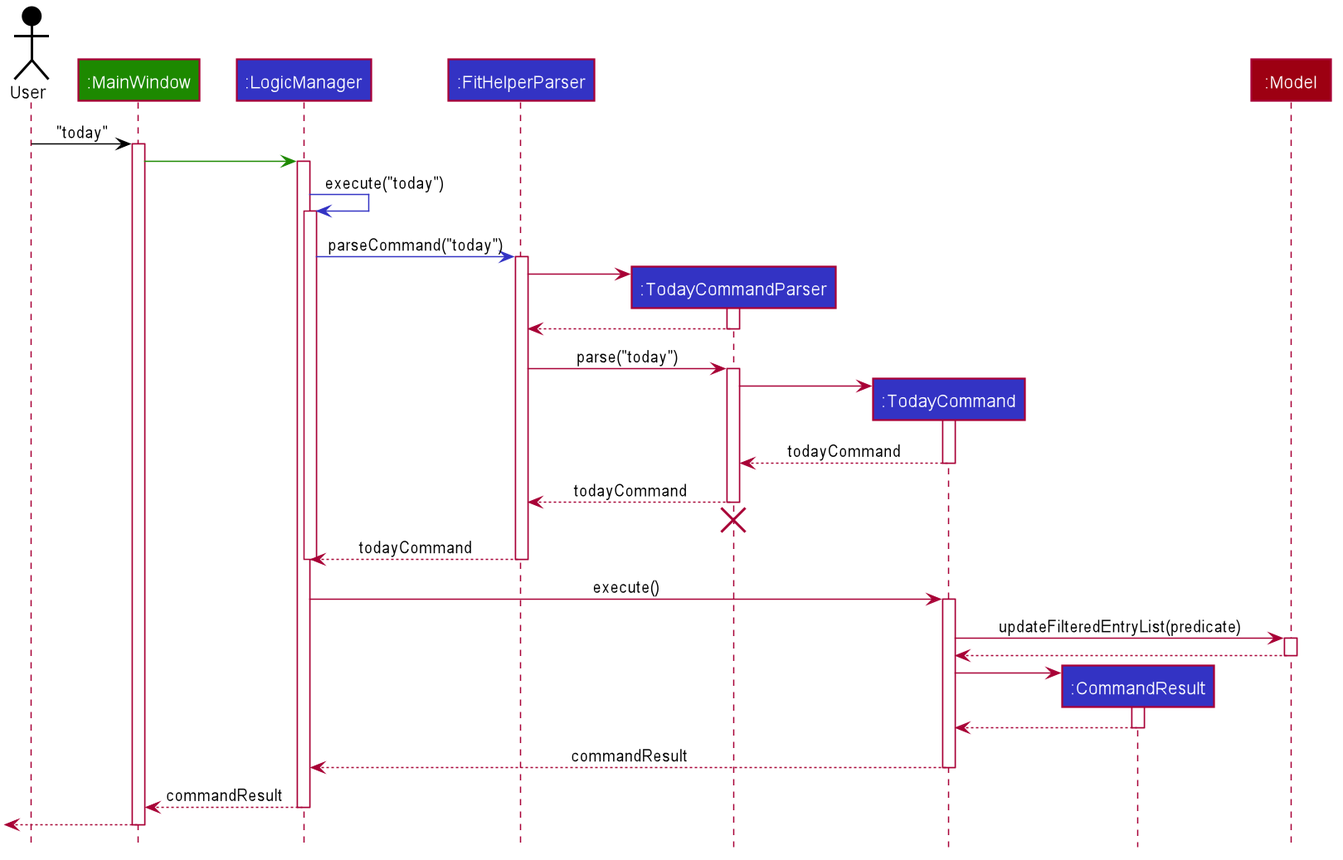
The PlantUML diagram docs/images/TodaySequenceDiagram.png in nus-cs2103-AY1920S2/addressbook-level3, before a commit.
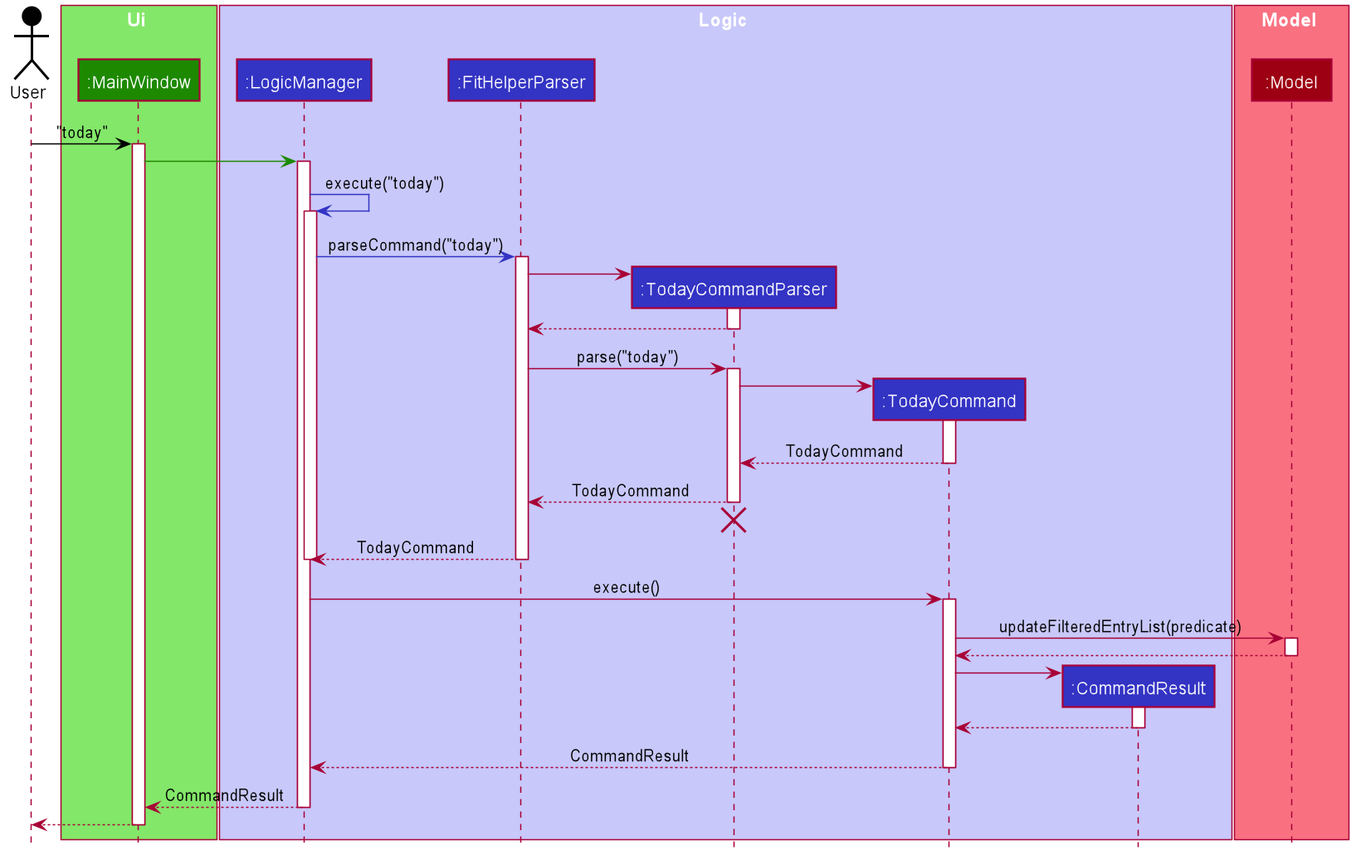
After the change.

Change to the diagram source:
```diff
@@ -49,74 +49,84 @@
 hide circle
 
 Actor User as user #000000
+
+box Ui #83E769
 Participant ":MainWindow" as mainWindow #1D8900
-Participant ":LogicManager" as logicManager #3333C4
-Participant ":FitHelperParser" as fitHelperParser #3333C4
-Participant ":TodayCommandParser" as todayCommandParser #3333C4
-Participant ":TodayCommand" as todayCommand #3333C4
-Participant ":CommandResult" as commandResult #3333C4
+end box
+
+box Logic #C8C8FA
+Participant ":LogicManager" as LogicManager #3333C4
+Participant ":FitHelperParser" as FitHelperParser #3333C4
+Participant ":TodayCommandParser" as TodayCommandParser #3333C4
+Participant ":TodayCommand" as TodayCommand #3333C4
+Participant ":CommandResult" as CommandResult #3333C4
+end box
+
+box Model #F97181
 Participant ":Model" as model #9D0012
+end box
 
+box Model #F97181
 user -[#000000]> mainWindow : "today"
 activate mainWindow
 
-mainWindow -[#1D8900]> logicManager
-activate logicManager
+mainWindow -[#1D8900]> LogicManager
+activate LogicManager
 
-logicManager -[#3333C4]> logicManager : execute("today")
-activate logicManager
+LogicManager -[#3333C4]> LogicManager : execute("today")
+activate LogicManager
 
-logicManager -[#3333C4]> fitHelperParser : parseCommand("today")
-activate fitHelperParser
+LogicManager -[#3333C4]> FitHelperParser : parseCommand("today")
+activate FitHelperParser
 
-create todayCommandParser
-fitHelperParser -> todayCommandParser
-activate todayCommandParser
+create TodayCommandParser
+FitHelperParser -> TodayCommandParser
+activate TodayCommandParser
 
-todayCommandParser --> fitHelperParser
-deactivate todayCommandParser
+TodayCommandParser --> FitHelperParser
+deactivate TodayCommandParser
 
-fitHelperParser -> todayCommandParser : parse("today")
-activate todayCommandParser
+FitHelperParser -> TodayCommandParser : parse("today")
+activate TodayCommandParser
 
-create todayCommand
-todayCommandParser -> todayCommand
-activate todayCommand
+create TodayCommand
+TodayCommandParser -> TodayCommand
+activate TodayCommand
 
-todayCommand --> todayCommandParser : todayCommand
-deactivate todayCommand
+TodayCommand --> TodayCommandParser : TodayCommand
+deactivate TodayCommand
 
-todayCommandParser --> fitHelperParser : todayCommand
-deactivate todayCommandParser
-todayCommandParser -[hidden]-> fitHelperParser
-destroy todayCommandParser
+TodayCommandParser --> FitHelperParser : TodayCommand
+deactivate TodayCommandParser
+TodayCommandParser -[hidden]-> FitHelperParser
+destroy TodayCommandParser
 
-fitHelperParser --> logicManager : todayCommand
-deactivate fitHelperParser
-deactivate logicManager
+FitHelperParser --> LogicManager : TodayCommand
+deactivate FitHelperParser
+deactivate LogicManager
 
-logicManager -> todayCommand : execute()
-activate todayCommand
+LogicManager -> TodayCommand : execute()
+activate TodayCommand
 
-todayCommand -> model : updateFilteredEntryList(predicate)
+TodayCommand -> model : updateFilteredEntryList(predicate)
 activate model
 
-model --> todayCommand
+model --> TodayCommand
 deactivate model
 
-create commandResult
-todayCommand -> commandResult
-activate commandResult
+create CommandResult
+TodayCommand -> CommandResult
+activate CommandResult
 
-commandResult --> todayCommand
-deactivate commandResult
+CommandResult --> TodayCommand
+deactivate CommandResult
 
-todayCommand --> logicManager : commandResult
-deactivate todayCommand
+TodayCommand --> LogicManager : CommandResult
+deactivate TodayCommand
 
-logicManager --> mainWindow : commandResult
-deactivate logicManager
+LogicManager --> mainWindow : CommandResult
+deactivate LogicManager
 
-[<--mainWindow
+user <--mainWindow
 deactivate mainWindow
 @enduml
```
